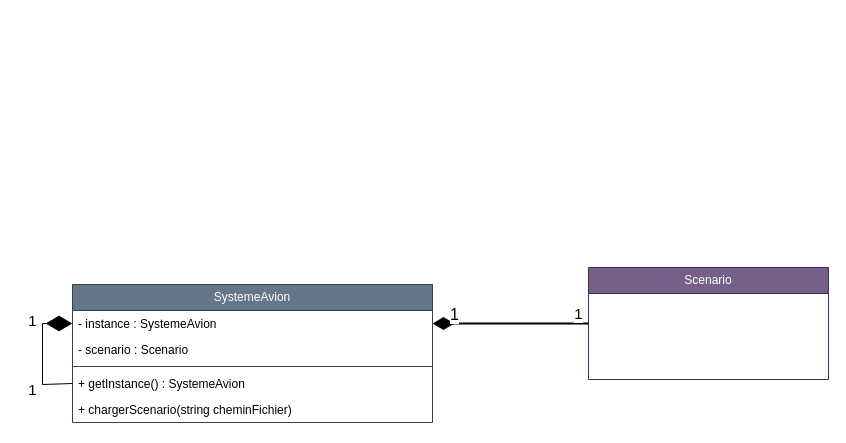
This is AviyonsSimulateur.drawio from felixcharbonneau/Echec, a draw.io file, before an edit. Source tidied: cells renumbered, new cells numbered last; positions are measured from the earlier drawing's top-left corner, leaving out a move shared by most shapes. Both pictures are drawn from the tidied source at 100%, with x=0, y=0 at pixel (42, 267).
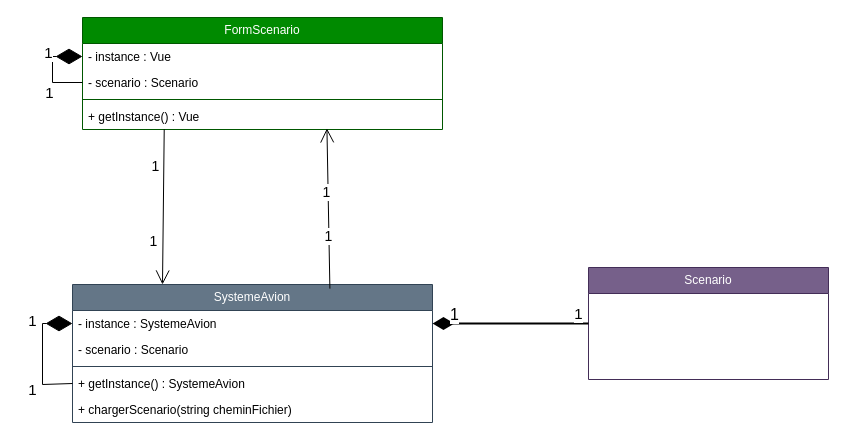
The same diagram, later.

The change refers to these unchanged cells:
```xml
<mxCell id="2" value="SystemeAvion" style="swimlane;fontStyle=0;horizontal=1;startSize=26;fillColor=#647687;whiteSpace=wrap;html=1;strokeColor=#314354;fontColor=#ffffff;" parent="1" vertex="1">
  <mxGeometry x="30" y="17" width="360" height="138" as="geometry" />
</mxCell>
```

The edit, as a diff of the source:
```diff
@@
+    <mxCell id="15" value="FormScenario" style="swimlane;fontStyle=0;horizontal=1;startSize=26;fillColor=#008a00;whiteSpace=wrap;html=1;strokeColor=#005700;fontColor=#ffffff;" parent="1" vertex="1">
+      <mxGeometry x="40" y="-250" width="360" height="112" as="geometry" />
+    </mxCell>
+    <mxCell id="16" value="- instance : Vue" style="text;strokeColor=none;fillColor=none;align=left;verticalAlign=top;spacingLeft=4;spacingRight=4;overflow=hidden;points=[[0,0.5],[1,0.5]];portConstraint=eastwest;whiteSpace=wrap;html=1;" parent="15" vertex="1">
+      <mxGeometry y="26" width="360" height="26" as="geometry" />
+    </mxCell>
+    <mxCell id="17" value="- scenario : Scenario" style="text;strokeColor=none;fillColor=none;align=left;verticalAlign=top;spacingLeft=4;spacingRight=4;overflow=hidden;whiteSpace=wrap;html=1;" parent="15" vertex="1">
+      <mxGeometry y="52" width="360" height="26" as="geometry" />
+    </mxCell>
+    <mxCell id="18" style="line;strokeWidth=1;fillColor=none;align=left;verticalAlign=middle;spacingTop=-1;spacingLeft=3;spacingRight=3;labelPosition=right;strokeColor=inherit;" parent="15" vertex="1">
+      <mxGeometry y="78" width="360" height="8" as="geometry" />
+    </mxCell>
+    <mxCell id="19" value="+ getInstance() : Vue" style="text;strokeColor=none;fillColor=none;align=left;verticalAlign=top;spacingLeft=4;spacingRight=4;overflow=hidden;points=[[0,0.5],[1,0.5]];portConstraint=eastwest;whiteSpace=wrap;html=1;" parent="15" vertex="1">
+      <mxGeometry y="86" width="360" height="26" as="geometry" />
+    </mxCell>
+    <mxCell id="20" style="endArrow=diamondThin;endFill=1;endSize=24;html=1;rounded=0;exitX=0;exitY=0.5;exitDx=0;exitDy=0;edgeStyle=orthogonalEdgeStyle;entryX=0;entryY=0.5;entryDx=0;entryDy=0;" parent="15" edge="1" target="16">
+      <mxGeometry relative="1" as="geometry">
+        <mxPoint y="65" as="sourcePoint" />
+        <Array as="points">
+          <mxPoint x="-30" y="65" />
+          <mxPoint x="-30" y="39" />
+        </Array>
+      </mxGeometry>
+    </mxCell>
+    <mxCell id="21" value="1" style="edgeLabel;html=1;align=center;verticalAlign=middle;fontSize=15;" parent="20" vertex="1">
+      <mxGeometry x="-0.62" y="-3" relative="1" as="geometry">
+        <mxPoint x="-18" y="12" as="offset" />
+      </mxGeometry>
+    </mxCell>
+    <mxCell id="22" value="1" style="edgeLabel;html=1;align=center;verticalAlign=middle;fontSize=15;" parent="20" vertex="1">
+      <mxGeometry x="0.56" y="2" relative="1" as="geometry">
+        <mxPoint x="-16" y="-3" as="offset" />
+      </mxGeometry>
+    </mxCell>
+    <mxCell id="23" style="endArrow=open;endFill=1;endSize=12;html=1;rounded=0;entryX=0.25;entryY=0;entryDx=0;entryDy=0;exitX=0.227;exitY=0.984;exitDx=0;exitDy=0;exitPerimeter=0;" parent="1" edge="1" source="19">
+      <mxGeometry relative="1" as="geometry">
+        <mxPoint x="120" y="17" as="targetPoint" />
+      </mxGeometry>
+    </mxCell>
+    <mxCell id="24" value="1" style="edgeLabel;html=1;align=center;verticalAlign=middle;fontSize=14;" parent="23" vertex="1">
+      <mxGeometry x="-0.43" y="-4" relative="1" as="geometry">
+        <mxPoint x="-5" y="-7" as="offset" />
+      </mxGeometry>
+    </mxCell>
+    <mxCell id="25" value="1" style="edgeLabel;html=1;align=center;verticalAlign=middle;fontSize=14;" parent="23" vertex="1">
+      <mxGeometry x="0.32" y="-4" relative="1" as="geometry">
+        <mxPoint x="-6" y="9" as="offset" />
+      </mxGeometry>
+    </mxCell>
+    <mxCell id="26" style="endArrow=open;endFill=1;endSize=12;html=1;rounded=0;entryX=0.679;entryY=0.958;entryDx=0;entryDy=0;exitX=0.715;exitY=0.03;exitDx=0;exitDy=0;exitPerimeter=0;entryPerimeter=0;" parent="1" edge="1" source="2" target="19">
+      <mxGeometry relative="1" as="geometry" />
+    </mxCell>
+    <mxCell id="27" value="1" style="edgeLabel;html=1;align=center;verticalAlign=middle;fontSize=14;" parent="26" vertex="1">
+      <mxGeometry x="-0.43" y="-4" relative="1" as="geometry">
+        <mxPoint x="-5" y="-7" as="offset" />
+      </mxGeometry>
+    </mxCell>
+    <mxCell id="28" value="1" style="edgeLabel;html=1;align=center;verticalAlign=middle;fontSize=14;" parent="26" vertex="1">
+      <mxGeometry x="0.32" y="-4" relative="1" as="geometry">
+        <mxPoint x="-6" y="9" as="offset" />
+      </mxGeometry>
+    </mxCell>
```
